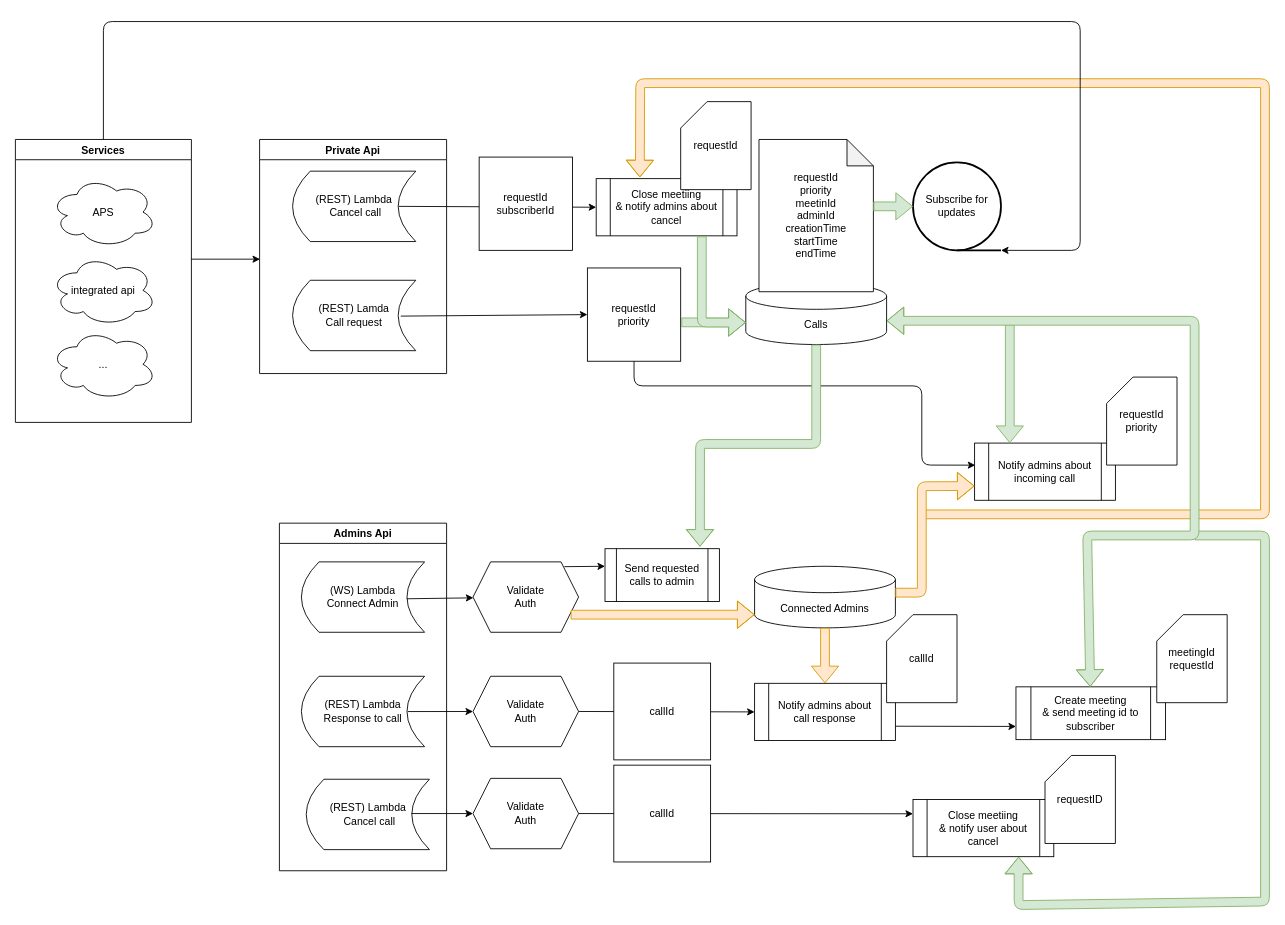
magistrser/drawio keeps this draw.io diagram as CallArchitecture.drawio. Above is the earlier version. Source tidied: cells renumbered, new cells numbered last; positions are measured from the earlier drawing's top-left corner, leaving out a move shared by most shapes. Both pictures are drawn from the tidied source at 88%, with x=0, y=0 at pixel (15, 21).
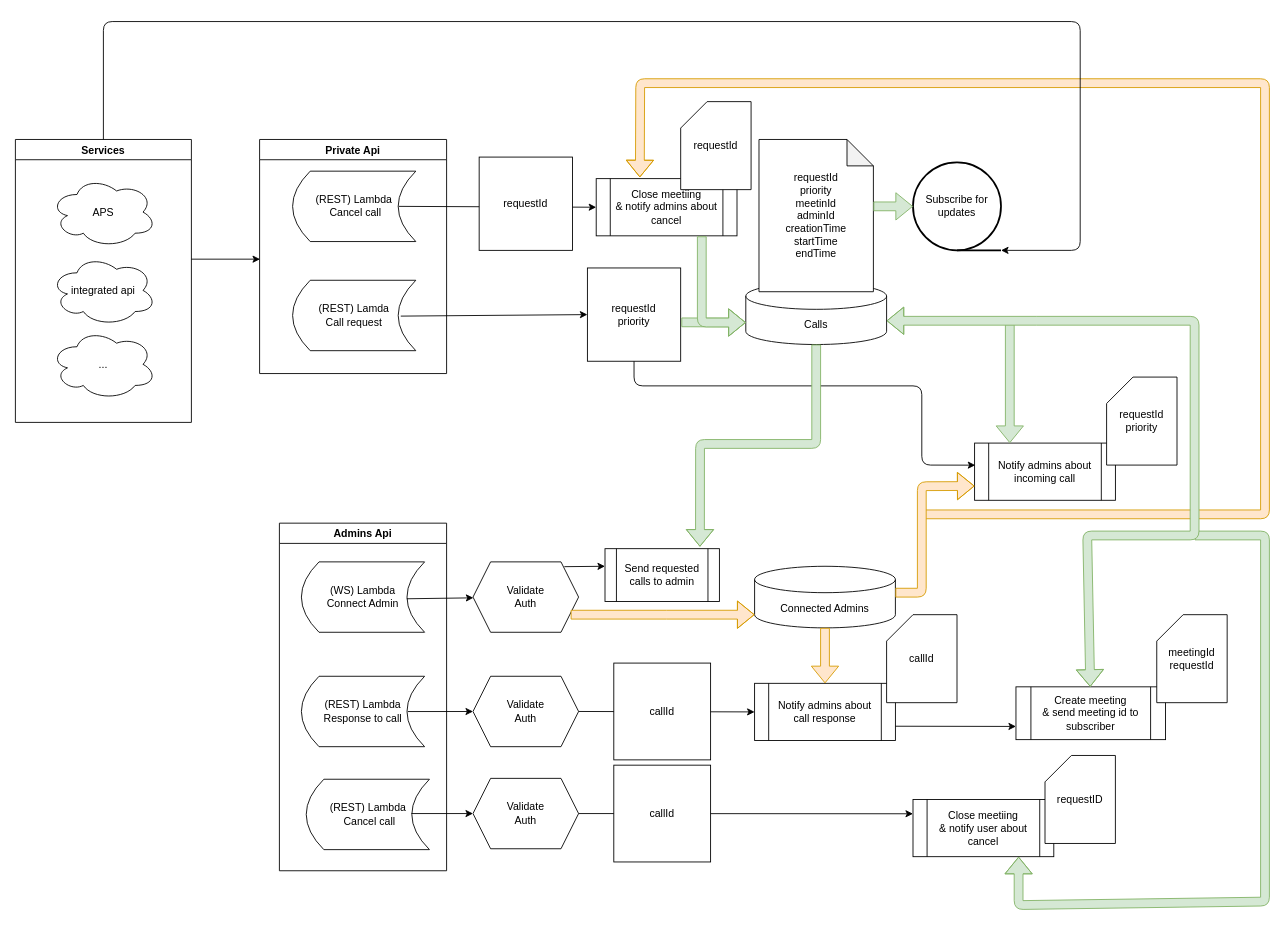
After the change.

Diff of the diagram source:
```diff
@@
-    <mxCell id="41" value="requestId&lt;br&gt;subscriberId" style="whiteSpace=wrap;html=1;" parent="1" vertex="1">
+    <mxCell id="41" value="requestId" style="whiteSpace=wrap;html=1;" parent="1" vertex="1">
       <mxGeometry x="527" y="154" width="106" height="106" as="geometry" />
     </mxCell>
```
